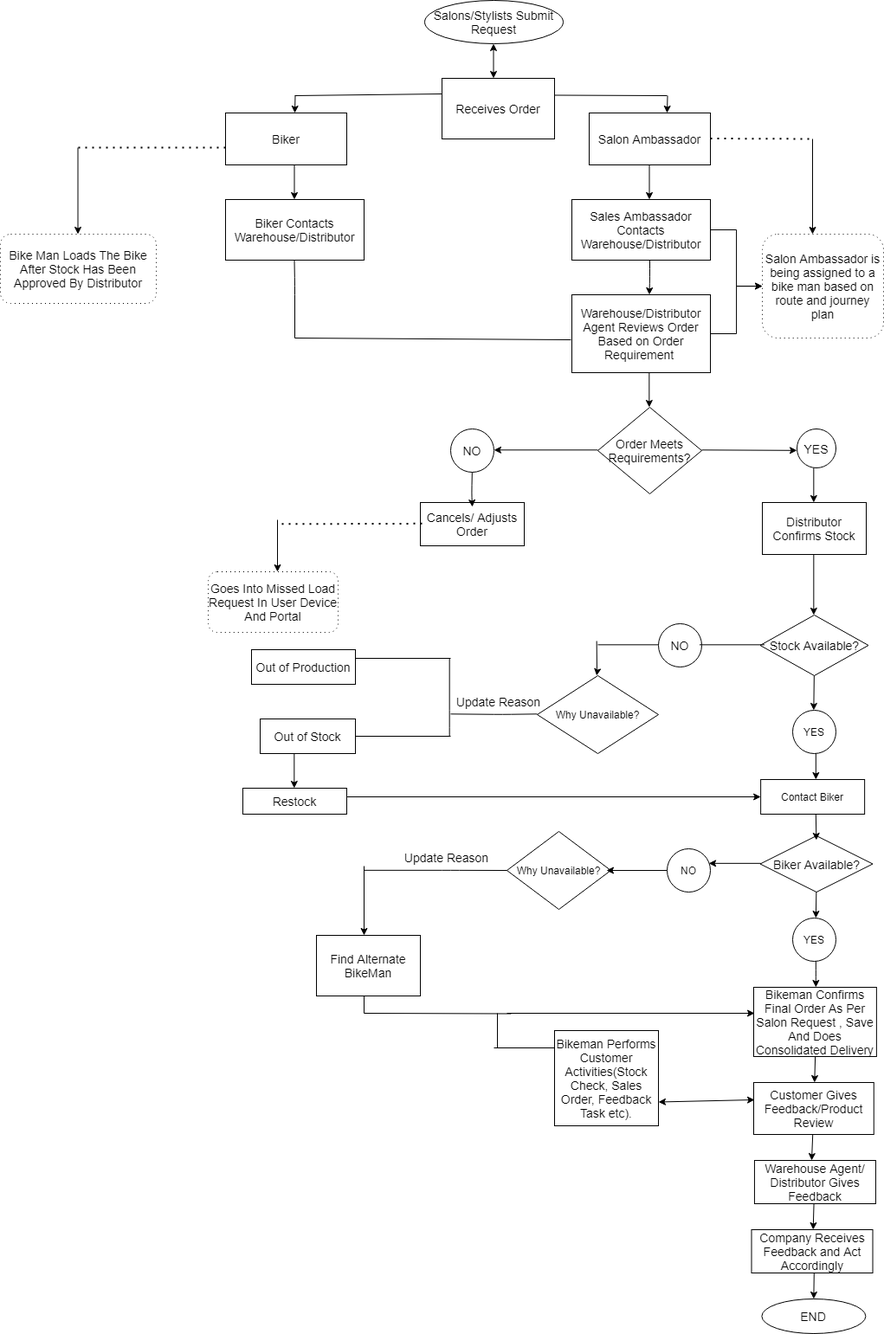
This is Untitled Diagram2.png from Meiyoure/ddl_internship_quiz, a draw.io export, as it was before one commit. Source tidied: cells renumbered, new cells last; positions are measured from the earlier drawing's top-left corner, leaving out a move shared by most shapes.
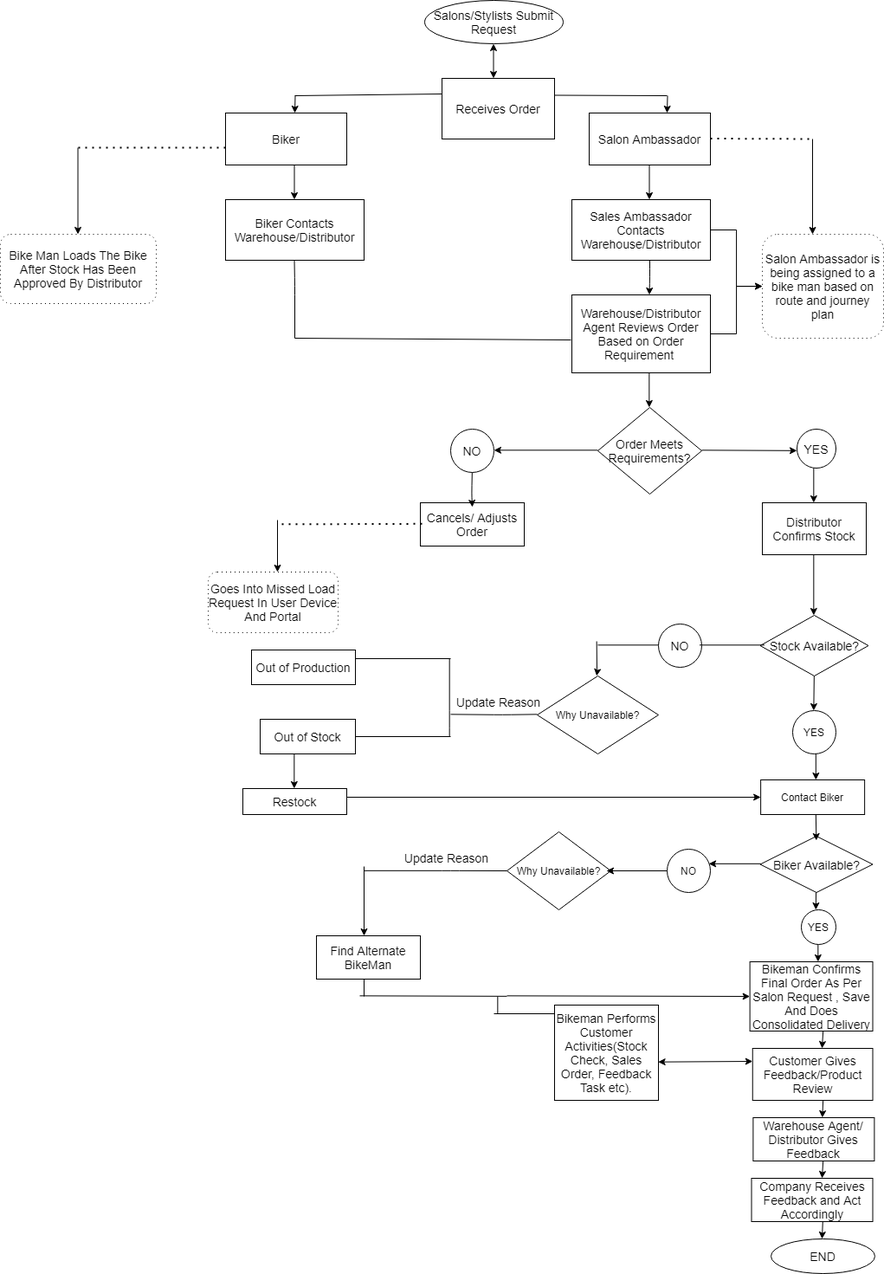
After the change.

What changed in the source:
```diff
@@ -39,7 +39,7 @@
       <mxGeometry x="760" y="720" width="50" height="50" as="geometry" />
     </mxCell>
     <mxCell id="13" value="YES" style="ellipse;whiteSpace=wrap;html=1;" parent="1" vertex="1">
-      <mxGeometry x="915" y="1060" width="50" height="50" as="geometry" />
+      <mxGeometry x="925" y="1050" width="40" height="40" as="geometry" />
     </mxCell>
     <mxCell id="14" style="endArrow=classic;html=1;" parent="1" edge="1">
       <mxGeometry relative="1" as="geometry">
@@ -51,13 +51,13 @@
       </mxGeometry>
     </mxCell>
     <mxCell id="15" value="&lt;font style=&quot;font-size: 14px&quot;&gt;Warehouse Agent/ Distributor Gives Feedback&lt;/font&gt;" style="whiteSpace=wrap;html=1;" parent="1" vertex="1">
-      <mxGeometry x="870.9" y="1340" width="140" height="50" as="geometry" />
+      <mxGeometry x="869.4" y="1290" width="140" height="50" as="geometry" />
     </mxCell>
     <mxCell id="16" value="&lt;font style=&quot;font-size: 12px&quot;&gt;Why Unavailable?&lt;/font&gt;" style="rhombus;whiteSpace=wrap;html=1;" parent="1" vertex="1">
       <mxGeometry x="585" y="960" width="120" height="90" as="geometry" />
     </mxCell>
     <mxCell id="17" value="&lt;font style=&quot;font-size: 14px&quot;&gt;Find Alternate BikeMan&lt;/font&gt;" style="rounded=0;whiteSpace=wrap;html=1;" parent="1" vertex="1">
-      <mxGeometry x="365" y="1080" width="120" height="70" as="geometry" />
+      <mxGeometry x="365" y="1080" width="120" height="50" as="geometry" />
     </mxCell>
     <mxCell id="18" value="&lt;font style=&quot;font-size: 14px&quot;&gt;Biker&lt;/font&gt;" style="rounded=0;whiteSpace=wrap;html=1;" parent="1" vertex="1">
       <mxGeometry x="260" y="130" width="140" height="60" as="geometry" />
@@ -258,28 +258,28 @@
       </mxGeometry>
     </mxCell>
     <mxCell id="57" value="&lt;span&gt;&lt;font style=&quot;font-size: 14px&quot;&gt;Bikeman Confirms Final Order As Per Salon Request , Save And Does Consolidated Delivery&lt;/font&gt;&lt;/span&gt;" style="rounded=0;whiteSpace=wrap;html=1;" parent="1" vertex="1">
-      <mxGeometry x="870" y="1140" width="141.9" height="80" as="geometry" />
+      <mxGeometry x="865.6" y="1110" width="141.9" height="80" as="geometry" />
     </mxCell>
     <mxCell id="58" value="&lt;font style=&quot;font-size: 14px&quot;&gt;Bikeman Performs Customer Activities(Stock Check, Sales Order, Feedback Task etc).&lt;/font&gt;" style="rounded=0;whiteSpace=wrap;html=1;" parent="1" vertex="1">
-      <mxGeometry x="640" y="1190" width="120" height="110" as="geometry" />
+      <mxGeometry x="640" y="1160" width="120" height="110" as="geometry" />
     </mxCell>
     <mxCell id="59" style="endArrow=classic;html=1;" parent="1" edge="1">
       <mxGeometry relative="1" as="geometry">
-        <mxPoint x="939.6" y="1390" as="sourcePoint" />
-        <mxPoint x="938.7" y="1420" as="targetPoint" />
+        <mxPoint x="950.2" y="1340" as="sourcePoint" />
+        <mxPoint x="949" y="1360" as="targetPoint" />
       </mxGeometry>
     </mxCell>
     <mxCell id="60" value="&lt;font style=&quot;font-size: 14px&quot;&gt;Company Receives Feedback and Act Accordingly&lt;/font&gt;" style="rounded=0;whiteSpace=wrap;html=1;" parent="1" vertex="1">
-      <mxGeometry x="867.5" y="1420" width="140" height="50" as="geometry" />
+      <mxGeometry x="867.5" y="1360" width="140" height="50" as="geometry" />
     </mxCell>
     <mxCell id="61" style="endArrow=classic;html=1;" parent="1" edge="1">
       <mxGeometry relative="1" as="geometry">
-        <mxPoint x="939.8" y="1470" as="sourcePoint" />
-        <mxPoint x="939.3" y="1500" as="targetPoint" />
+        <mxPoint x="949.8" y="1410" as="sourcePoint" />
+        <mxPoint x="949" y="1430" as="targetPoint" />
       </mxGeometry>
     </mxCell>
     <mxCell id="62" value="&lt;font style=&quot;font-size: 14px&quot;&gt;END&lt;/font&gt;" style="ellipse;whiteSpace=wrap;html=1;" parent="1" vertex="1">
-      <mxGeometry x="879.4" y="1500" width="120" height="40" as="geometry" />
+      <mxGeometry x="890" y="1430" width="120" height="40" as="geometry" />
     </mxCell>
     <mxCell id="63" value="&lt;font style=&quot;font-size: 14px&quot;&gt;Update Reason&lt;/font&gt;" style="text;html=1;align=center;verticalAlign=middle;" parent="1" vertex="1">
       <mxGeometry x="520" y="800" width="110" height="20" as="geometry" />
@@ -349,23 +349,23 @@
     </mxCell>
     <mxCell id="75" style="endArrow=classic;html=1;" parent="1" edge="1">
       <mxGeometry relative="1" as="geometry">
-        <mxPoint x="942.3" y="1030" as="sourcePoint" />
-        <mxPoint x="941.8" y="1060" as="targetPoint" />
+        <mxPoint x="942" y="1030" as="sourcePoint" />
+        <mxPoint x="941.8" y="1050" as="targetPoint" />
       </mxGeometry>
     </mxCell>
     <mxCell id="76" style="endArrow=classic;html=1;" parent="1" edge="1">
       <mxGeometry relative="1" as="geometry">
-        <mxPoint x="941.8" y="1110" as="sourcePoint" />
-        <mxPoint x="941.8" y="1140" as="targetPoint" />
+        <mxPoint x="944.3" y="1090" as="sourcePoint" />
+        <mxPoint x="944" y="1110" as="targetPoint" />
         <Array as="points">
-          <mxPoint x="941.8" y="1130" />
+          <mxPoint x="944.3" y="1110" />
         </Array>
       </mxGeometry>
     </mxCell>
     <mxCell id="77" style="endArrow=classic;html=1;" parent="1" edge="1">
       <mxGeometry relative="1" as="geometry">
-        <mxPoint x="938.2" y="1310" as="sourcePoint" />
-        <mxPoint x="937" y="1340" as="targetPoint" />
+        <mxPoint x="950.5" y="1260" as="sourcePoint" />
+        <mxPoint x="949.3" y="1290" as="targetPoint" />
       </mxGeometry>
     </mxCell>
     <mxCell id="78" style="edgeStyle=orthogonalEdgeStyle;rounded=0;orthogonalLoop=1;jettySize=auto;html=1;exitX=0.5;exitY=1;exitDx=0;exitDy=0;" parent="1" edge="1" source="60" target="60">
@@ -383,48 +383,45 @@
       </mxGeometry>
     </mxCell>
     <mxCell id="81" value="&lt;font style=&quot;font-size: 14px&quot;&gt;Customer Gives Feedback/Product Review&lt;/font&gt;" style="rounded=0;whiteSpace=wrap;html=1;" parent="1" vertex="1">
-      <mxGeometry x="870" y="1250" width="138.8" height="60" as="geometry" />
+      <mxGeometry x="868.8" y="1210" width="138.8" height="60" as="geometry" />
     </mxCell>
     <mxCell id="82" style="endArrow=classic;html=1;" parent="1" edge="1">
       <mxGeometry relative="1" as="geometry">
-        <mxPoint x="941.1" y="1220" as="sourcePoint" />
-        <mxPoint x="940.3" y="1250" as="targetPoint" />
+        <mxPoint x="950.2" y="1190" as="sourcePoint" />
+        <mxPoint x="949" y="1210" as="targetPoint" />
       </mxGeometry>
     </mxCell>
     <mxCell id="83" style="endArrow=none;html=1;" parent="1" edge="1">
       <mxGeometry relative="1" as="geometry">
-        <mxPoint x="420" y="1170" as="sourcePoint" />
-        <mxPoint x="420" y="1150" as="targetPoint" />
+        <mxPoint x="420" y="1150" as="sourcePoint" />
+        <mxPoint x="420" y="1130" as="targetPoint" />
       </mxGeometry>
     </mxCell>
     <mxCell id="84" style="endArrow=none;html=1;" parent="1" edge="1">
       <mxGeometry relative="1" as="geometry">
-        <mxPoint x="590" y="1170.5" as="sourcePoint" />
-        <mxPoint x="420" y="1170" as="targetPoint" />
+        <mxPoint x="585" y="1149.8" as="sourcePoint" />
+        <mxPoint x="415" y="1149.3" as="targetPoint" />
       </mxGeometry>
     </mxCell>
     <mxCell id="85" style="endArrow=none;html=1;" parent="1" edge="1">
       <mxGeometry relative="1" as="geometry">
-        <mxPoint x="574" y="1210" as="sourcePoint" />
-        <mxPoint x="574" y="1170" as="targetPoint" />
+        <mxPoint x="574.3" y="1170" as="sourcePoint" />
+        <mxPoint x="574.3" y="1150" as="targetPoint" />
       </mxGeometry>
     </mxCell>
     <mxCell id="86" style="endArrow=none;html=1;" parent="1" edge="1">
       <mxGeometry relative="1" as="geometry">
-        <mxPoint x="570" y="1210" as="sourcePoint" />
-        <mxPoint x="640" y="1210" as="targetPoint" />
+        <mxPoint x="570" y="1170" as="sourcePoint" />
+        <mxPoint x="640" y="1170" as="targetPoint" />
       </mxGeometry>
     </mxCell>
-    <mxCell id="87" style="endArrow=classic;html=1;" parent="1" edge="1">
+    <mxCell id="87" style="endArrow=classic;html=1;entryX=0;entryY=0.5;entryDx=0;entryDy=0;" parent="1" edge="1" target="57">
       <mxGeometry relative="1" as="geometry">
-        <mxPoint x="585" y="1170" as="sourcePoint" />
-        <mxPoint x="871" y="1170" as="targetPoint" />
+        <mxPoint x="585" y="1149.3" as="sourcePoint" />
       </mxGeometry>
     </mxCell>
-    <mxCell id="88" style="endArrow=classic;startArrow=classic;html=1;exitX=1;exitY=0.75;exitDx=0;exitDy=0;" parent="1" edge="1" source="58">
-      <mxGeometry relative="1" as="geometry">
-        <mxPoint x="871" y="1270" as="targetPoint" />
-      </mxGeometry>
+    <mxCell id="88" style="endArrow=classic;startArrow=classic;html=1;entryX=0;entryY=0.25;entryDx=0;entryDy=0;exitX=0.997;exitY=0.597;exitDx=0;exitDy=0;exitPerimeter=0;" parent="1" edge="1" source="58" target="81">
+      <mxGeometry relative="1" as="geometry" />
     </mxCell>
     <mxCell id="89" style="endArrow=classic;html=1;" parent="1" edge="1">
       <mxGeometry relative="1" as="geometry">
```
